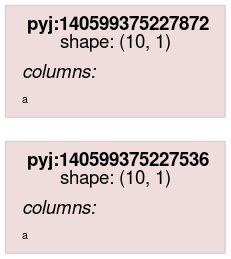
The Graphviz diagram scripts/rdflog/a0.ttl.dot.png in asmirnov69/pyjviz-poc, before a commit. Its source is kept beside it as scripts/rdflog/a0.ttl.dot.
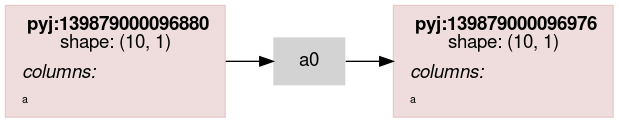
After the commit.

Diff of the diagram source:
```diff
@@ -14,7 +14,7 @@
                 color="#88000022"
                 shape = rect
                 label = <<table border="0" cellborder="0" cellspacing="0" cellpadding="4">
-                         <tr> <td> <b>pyj:140599375227536</b><br/>shape: (10, 1)</td> </tr>
+                         <tr> <td> <b>pyj:139879000096880</b><br/>shape: (10, 1)</td> </tr>
                          <tr> <td align="left"><i>columns:</i><br align="left"/></td></tr>
                 <tr><td align="left"><FONT POINT-SIZE="8px">a</FONT></td></tr>
                          </table>>
@@ -23,12 +23,12 @@
                 color="#88000022"
                 shape = rect
                 label = <<table border="0" cellborder="0" cellspacing="0" cellpadding="4">
-                         <tr> <td> <b>pyj:140599375227872</b><br/>shape: (10, 1)</td> </tr>
+                         <tr> <td> <b>pyj:139879000096976</b><br/>shape: (10, 1)</td> </tr>
                          <tr> <td align="left"><i>columns:</i><br align="left"/></td></tr>
                 <tr><td align="left"><FONT POINT-SIZE="8px">a</FONT></td></tr>
                          </table>>
                 ];
-subgraph cluster_0 {
-label = "None";
+node0_2 [ label = "a0" ];
+node0_0 -> node0_2;
+node0_2 -> node0_1;
 }
-}
```
